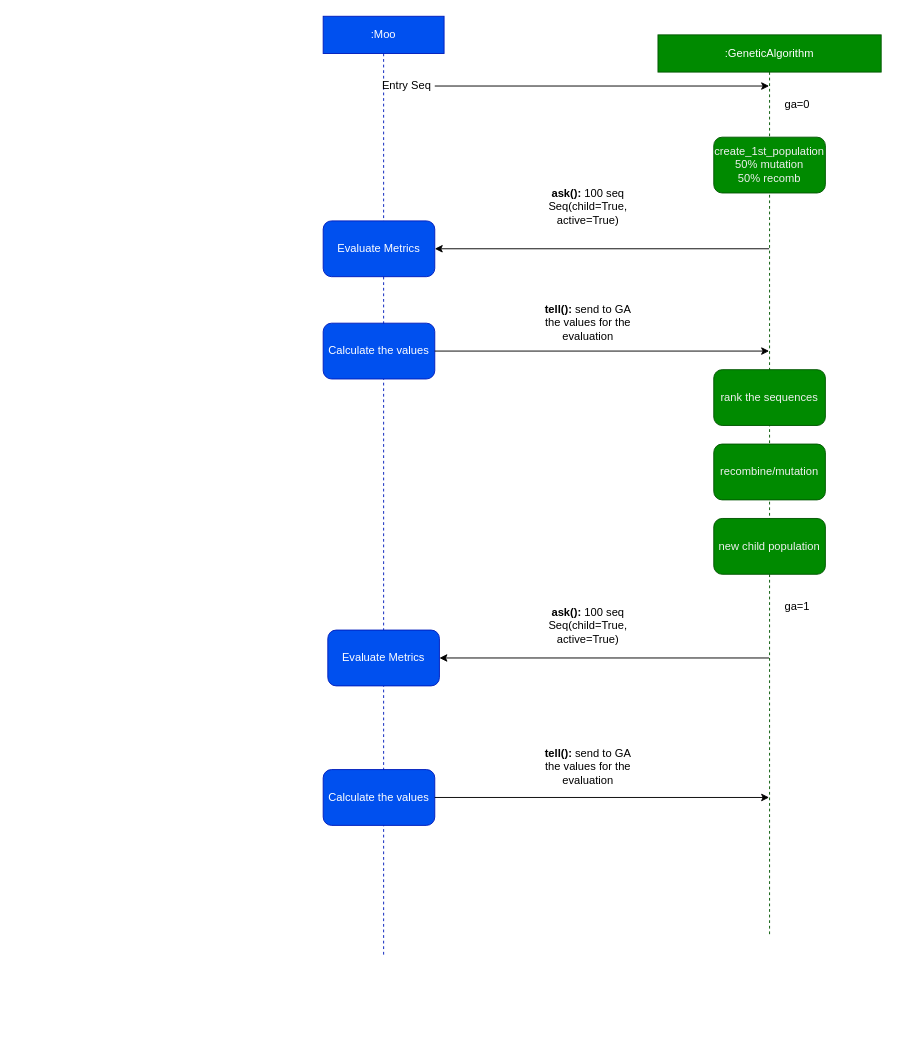
AlbertCS/multiObjectiveOptimizationDesign keeps this draw.io diagram as docs/algorithm_flow.dio. Above is the earlier version. Source tidied: cells renumbered, new cells numbered last; positions are measured from the earlier drawing's top-left corner, leaving out a move shared by most shapes. Both pictures are drawn from the tidied source at 93%, with x=0, y=0 at pixel (323, 16).
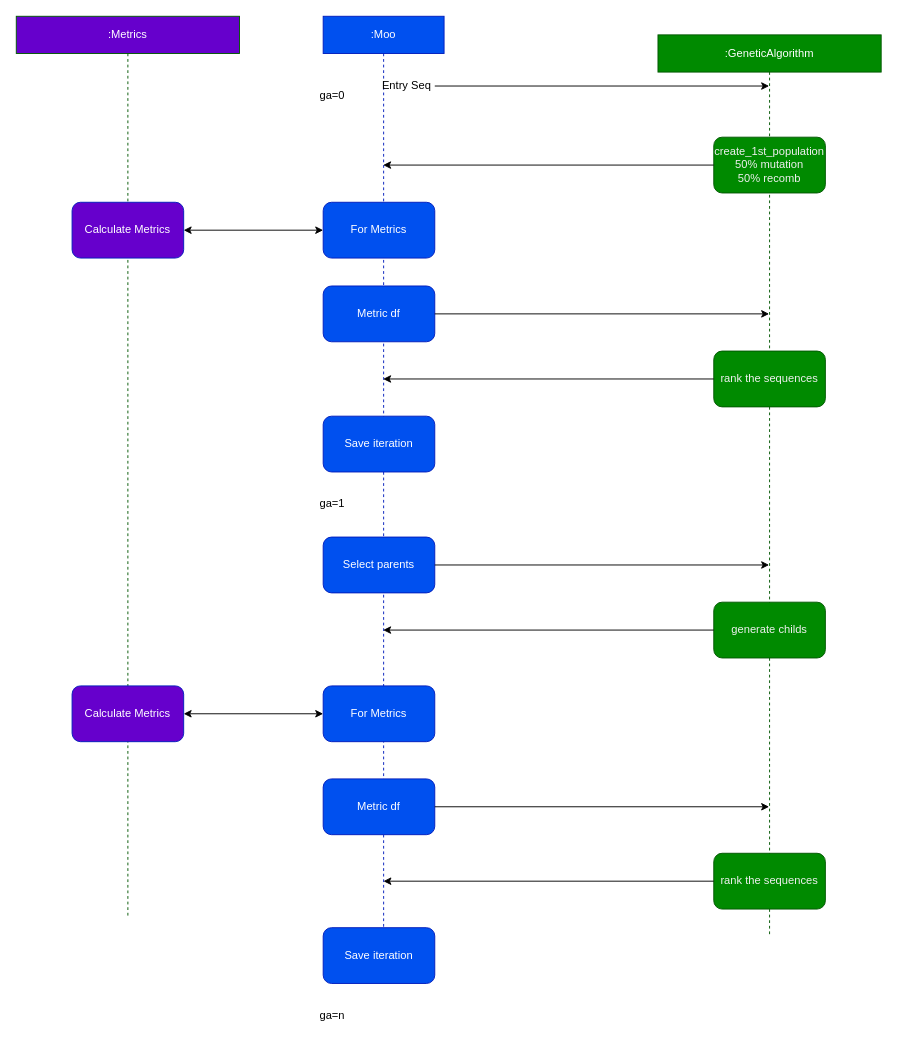
Above is the later version.

The change refers to these unchanged cells:
```xml
<mxCell id="2" value=":GeneticAlgorithm" style="shape=umlLifeline;perimeter=lifelinePerimeter;whiteSpace=wrap;html=1;outlineConnect=0;fillColor=#008a00;fontColor=#ffffff;strokeColor=#005700;" parent="1" vertex="1">
  <mxGeometry x="360" y="20" width="240" height="970" as="geometry" />
</mxCell>
<mxCell id="4" value="&lt;span style=&quot;color: rgb(240, 240, 240); font-family: Helvetica; font-size: 12px; font-style: normal; font-variant-ligatures: normal; font-variant-caps: normal; font-weight: 400; letter-spacing: normal; orphans: 2; text-align: center; text-indent: 0px; text-transform: none; widows: 2; word-spacing: 0px; -webkit-text-stroke-width: 0px; text-decoration-thickness: initial; text-decoration-style: initial; text-decoration-color: initial; float: none; display: inline !important;&quot;&gt;create_1st_population&lt;/span&gt;&lt;br style=&quot;border-color: rgb(0, 0, 0); color: rgb(240, 240, 240); font-family: Helvetica; font-size: 12px; font-style: normal; font-variant-ligatures: normal; font-variant-caps: normal; font-weight: 400; letter-spacing: normal; orphans: 2; text-align: center; text-indent: 0px; text-transform: none; widows: 2; word-spacing: 0px; -webkit-text-stroke-width: 0px; text-decoration-thickness: initial; text-decoration-style: initial; text-decoration-color: initial;&quot;&gt;&lt;span style=&quot;color: rgb(240, 240, 240); font-family: Helvetica; font-size: 12px; font-style: normal; font-variant-ligatures: normal; font-variant-caps: normal; font-weight: 400; letter-spacing: normal; orphans: 2; text-align: center; text-indent: 0px; text-transform: none; widows: 2; word-spacing: 0px; -webkit-text-stroke-width: 0px; text-decoration-thickness: initial; text-decoration-style: initial; text-decoration-color: initial; float: none; display: inline !important;&quot;&gt;50% mutation&lt;/span&gt;&lt;br style=&quot;border-color: rgb(0, 0, 0); color: rgb(240, 240, 240); font-family: Helvetica; font-size: 12px; font-style: normal; font-variant-ligatures: normal; font-variant-caps: normal; font-weight: 400; letter-spacing: normal; orphans: 2; text-align: center; text-indent: 0px; text-transform: none; widows: 2; word-spacing: 0px; -webkit-text-stroke-width: 0px; text-decoration-thickness: initial; text-decoration-style: initial; text-decoration-color: initial;&quot;&gt;&lt;span style=&quot;color: rgb(240, 240, 240); font-family: Helvetica; font-size: 12px; font-style: normal; font-variant-ligatures: normal; font-variant-caps: normal; font-weight: 400; letter-spacing: normal; orphans: 2; text-align: center; text-indent: 0px; text-transform: none; widows: 2; word-spacing: 0px; -webkit-text-stroke-width: 0px; text-decoration-thickness: initial; text-decoration-style: initial; text-decoration-color: initial; float: none; display: inline !important;&quot;&gt;50% recomb&lt;/span&gt;" style="rounded=1;whiteSpace=wrap;html=1;fillColor=#008a00;fontColor=#ffffff;strokeColor=#005700;" parent="2" vertex="1">
  <mxGeometry x="60" y="110" width="120" height="60" as="geometry" />
</mxCell>
<mxCell id="9" value=":Moo" style="shape=umlLifeline;perimeter=lifelinePerimeter;whiteSpace=wrap;html=1;outlineConnect=0;fillColor=#0050ef;fontColor=#ffffff;strokeColor=#001DBC;" parent="1" vertex="1">
  <mxGeometry width="130" height="1010" as="geometry" />
</mxCell>
```

Diff of the diagram source:
```diff
@@
-    <mxCell id="3" value="ga=0&lt;br&gt;" style="text;html=1;strokeColor=none;fillColor=none;align=center;verticalAlign=middle;whiteSpace=wrap;rounded=0;" parent="2" vertex="1">
-      <mxGeometry x="120" y="60" width="60" height="30" as="geometry" />
-    </mxCell>
@@
     <mxCell id="5" value="&lt;span style=&quot;color: rgb(240, 240, 240); font-family: Helvetica; font-size: 12px; font-style: normal; font-variant-ligatures: normal; font-variant-caps: normal; font-weight: 400; letter-spacing: normal; orphans: 2; text-align: center; text-indent: 0px; text-transform: none; widows: 2; word-spacing: 0px; -webkit-text-stroke-width: 0px; text-decoration-thickness: initial; text-decoration-style: initial; text-decoration-color: initial; float: none; display: inline !important;&quot;&gt;rank the sequences&lt;/span&gt;" style="rounded=1;whiteSpace=wrap;html=1;fillColor=#008a00;fontColor=#ffffff;strokeColor=#005700;" parent="2" vertex="1">
-      <mxGeometry x="60" y="360" width="120" height="60" as="geometry" />
+      <mxGeometry x="60" y="340" width="120" height="60" as="geometry" />
     </mxCell>
-    <mxCell id="6" value="&lt;span style=&quot;color: rgb(240, 240, 240); font-family: Helvetica; font-size: 12px; font-style: normal; font-variant-ligatures: normal; font-variant-caps: normal; font-weight: 400; letter-spacing: normal; orphans: 2; text-align: center; text-indent: 0px; text-transform: none; widows: 2; word-spacing: 0px; -webkit-text-stroke-width: 0px; text-decoration-thickness: initial; text-decoration-style: initial; text-decoration-color: initial; float: none; display: inline !important;&quot;&gt;recombine/mutation&lt;/span&gt;" style="rounded=1;whiteSpace=wrap;html=1;fillColor=#008a00;fontColor=#ffffff;strokeColor=#005700;" parent="2" vertex="1">
-      <mxGeometry x="60" y="440" width="120" height="60" as="geometry" />
-    </mxCell>
-    <mxCell id="7" value="&lt;span style=&quot;color: rgb(240, 240, 240); font-family: Helvetica; font-size: 12px; font-style: normal; font-variant-ligatures: normal; font-variant-caps: normal; font-weight: 400; letter-spacing: normal; orphans: 2; text-align: center; text-indent: 0px; text-transform: none; widows: 2; word-spacing: 0px; -webkit-text-stroke-width: 0px; text-decoration-thickness: initial; text-decoration-style: initial; text-decoration-color: initial; float: none; display: inline !important;&quot;&gt;new child population&lt;/span&gt;" style="rounded=1;whiteSpace=wrap;html=1;fillColor=#008a00;fontColor=#ffffff;strokeColor=#005700;" parent="2" vertex="1">
-      <mxGeometry x="60" y="520" width="120" height="60" as="geometry" />
-    </mxCell>
-    <mxCell id="8" value="ga=1" style="text;html=1;strokeColor=none;fillColor=none;align=center;verticalAlign=middle;whiteSpace=wrap;rounded=0;" parent="2" vertex="1">
-      <mxGeometry x="120" y="600" width="60" height="30" as="geometry" />
-    </mxCell>
+    <mxCell id="24" value="&lt;span style=&quot;color: rgb(240, 240, 240); font-family: Helvetica; font-size: 12px; font-style: normal; font-variant-ligatures: normal; font-variant-caps: normal; font-weight: 400; letter-spacing: normal; orphans: 2; text-align: center; text-indent: 0px; text-transform: none; widows: 2; word-spacing: 0px; -webkit-text-stroke-width: 0px; text-decoration-thickness: initial; text-decoration-style: initial; text-decoration-color: initial; float: none; display: inline !important;&quot;&gt;generate childs&lt;br&gt;&lt;/span&gt;" style="rounded=1;whiteSpace=wrap;html=1;fillColor=#008a00;fontColor=#ffffff;strokeColor=#005700;" parent="2" vertex="1">
+      <mxGeometry x="60" y="610" width="120" height="60" as="geometry" />
+    </mxCell>
+    <mxCell id="25" value="&lt;span style=&quot;color: rgb(240, 240, 240); font-family: Helvetica; font-size: 12px; font-style: normal; font-variant-ligatures: normal; font-variant-caps: normal; font-weight: 400; letter-spacing: normal; orphans: 2; text-align: center; text-indent: 0px; text-transform: none; widows: 2; word-spacing: 0px; -webkit-text-stroke-width: 0px; text-decoration-thickness: initial; text-decoration-style: initial; text-decoration-color: initial; float: none; display: inline !important;&quot;&gt;rank the sequences&lt;/span&gt;" style="rounded=1;whiteSpace=wrap;html=1;fillColor=#008a00;fontColor=#ffffff;strokeColor=#005700;" parent="2" vertex="1">
+      <mxGeometry x="60" y="880" width="120" height="60" as="geometry" />
+    </mxCell>
+    <mxCell id="26" style="endArrow=classic;html=1;" parent="2" edge="1" source="25">
+      <mxGeometry relative="1" as="geometry">
+        <mxPoint x="-295.2" y="910" as="targetPoint" />
+      </mxGeometry>
+    </mxCell>
@@
-    <mxCell id="11" value="Evaluate Metrics" style="rounded=1;whiteSpace=wrap;html=1;fillColor=#0050ef;fontColor=#ffffff;strokeColor=#001DBC;" parent="9" vertex="1">
-      <mxGeometry y="220" width="120" height="60" as="geometry" />
+    <mxCell id="11" value="For Metrics" style="rounded=1;whiteSpace=wrap;html=1;fillColor=#0050ef;fontColor=#ffffff;strokeColor=#001DBC;" parent="9" vertex="1">
+      <mxGeometry y="200" width="120" height="60" as="geometry" />
     </mxCell>
-    <mxCell id="12" value="Calculate the values" style="rounded=1;whiteSpace=wrap;html=1;fillColor=#0050ef;fontColor=#ffffff;strokeColor=#001DBC;" parent="9" vertex="1">
-      <mxGeometry y="330" width="120" height="60" as="geometry" />
-    </mxCell>
-    <mxCell id="13" value="Evaluate Metrics" style="rounded=1;whiteSpace=wrap;html=1;fillColor=#0050ef;fontColor=#ffffff;strokeColor=#001DBC;" parent="9" vertex="1">
-      <mxGeometry x="5" y="660" width="120" height="60" as="geometry" />
-    </mxCell>
-    <mxCell id="14" value="Calculate the values" style="rounded=1;whiteSpace=wrap;html=1;fillColor=#0050ef;fontColor=#ffffff;strokeColor=#001DBC;" parent="9" vertex="1">
-      <mxGeometry y="810" width="120" height="60" as="geometry" />
-    </mxCell>
+    <mxCell id="27" value="Select parents" style="rounded=1;whiteSpace=wrap;html=1;fillColor=#0050ef;fontColor=#ffffff;strokeColor=#001DBC;" parent="9" vertex="1">
+      <mxGeometry y="560" width="120" height="60" as="geometry" />
+    </mxCell>
+    <mxCell id="8" value="ga=1" style="text;html=1;strokeColor=none;fillColor=none;align=center;verticalAlign=middle;whiteSpace=wrap;rounded=0;" parent="9" vertex="1">
+      <mxGeometry x="-20" y="509" width="60" height="30" as="geometry" />
+    </mxCell>
+    <mxCell id="3" value="ga=0&lt;br&gt;" style="text;html=1;strokeColor=none;fillColor=none;align=center;verticalAlign=middle;whiteSpace=wrap;rounded=0;" parent="9" vertex="1">
+      <mxGeometry x="-20" y="70" width="60" height="30" as="geometry" />
+    </mxCell>
+    <mxCell id="28" value="Save iteration" style="rounded=1;whiteSpace=wrap;html=1;fillColor=#0050ef;fontColor=#ffffff;strokeColor=#001DBC;" parent="9" vertex="1">
+      <mxGeometry y="430" width="120" height="60" as="geometry" />
+    </mxCell>
+    <mxCell id="29" value="For Metrics" style="rounded=1;whiteSpace=wrap;html=1;fillColor=#0050ef;fontColor=#ffffff;strokeColor=#001DBC;" parent="9" vertex="1">
+      <mxGeometry y="720" width="120" height="60" as="geometry" />
+    </mxCell>
+    <mxCell id="30" value="Metric df" style="rounded=1;whiteSpace=wrap;html=1;fillColor=#0050ef;fontColor=#ffffff;strokeColor=#001DBC;" parent="9" vertex="1">
+      <mxGeometry y="290" width="120" height="60" as="geometry" />
+    </mxCell>
+    <mxCell id="31" value="Metric df" style="rounded=1;whiteSpace=wrap;html=1;fillColor=#0050ef;fontColor=#ffffff;strokeColor=#001DBC;" parent="9" vertex="1">
+      <mxGeometry y="820" width="120" height="60" as="geometry" />
+    </mxCell>
@@
-    <mxCell id="16" value="&lt;b&gt;ask():&amp;nbsp;&lt;/b&gt;100 seq&lt;br&gt;Seq(child=True, active=True)" style="text;html=1;strokeColor=none;fillColor=none;align=center;verticalAlign=middle;whiteSpace=wrap;rounded=0;" parent="1" vertex="1">
-      <mxGeometry x="230" y="180" width="110" height="50" as="geometry" />
-    </mxCell>
-    <mxCell id="17" style="edgeStyle=none;html=1;" parent="1" edge="1" source="12" target="2">
-      <mxGeometry relative="1" as="geometry" />
-    </mxCell>
-    <mxCell id="18" value="&lt;b&gt;tell():&lt;/b&gt;&amp;nbsp;send to GA the values for the evaluation" style="text;html=1;strokeColor=none;fillColor=none;align=center;verticalAlign=middle;whiteSpace=wrap;rounded=0;" parent="1" vertex="1">
-      <mxGeometry x="230" y="310" width="110" height="40" as="geometry" />
-    </mxCell>
-    <mxCell id="19" value="&lt;b&gt;ask():&amp;nbsp;&lt;/b&gt;100 seq&lt;br&gt;Seq(child=True, active=True)" style="text;html=1;strokeColor=none;fillColor=none;align=center;verticalAlign=middle;whiteSpace=wrap;rounded=0;" parent="1" vertex="1">
-      <mxGeometry x="230" y="630" width="110" height="50" as="geometry" />
-    </mxCell>
-    <mxCell id="20" style="endArrow=classic;html=1;entryX=1;entryY=0.5;entryDx=0;entryDy=0;" parent="1" edge="1" source="2" target="13">
-      <mxGeometry relative="1" as="geometry" />
-    </mxCell>
-    <mxCell id="21" style="endArrow=classic;html=1;entryX=1;entryY=0.5;entryDx=0;entryDy=0;" parent="1" edge="1" source="2" target="11">
-      <mxGeometry relative="1" as="geometry" />
-    </mxCell>
-    <mxCell id="22" value="&lt;b&gt;tell():&lt;/b&gt;&amp;nbsp;send to GA the values for the evaluation" style="text;html=1;strokeColor=none;fillColor=none;align=center;verticalAlign=middle;whiteSpace=wrap;rounded=0;" parent="1" vertex="1">
-      <mxGeometry x="230" y="787" width="110" height="40" as="geometry" />
-    </mxCell>
-    <mxCell id="23" style="endArrow=classic;html=1;exitX=1;exitY=0.5;exitDx=0;exitDy=0;" parent="1" edge="1" source="14" target="2">
-      <mxGeometry relative="1" as="geometry" />
-    </mxCell>
+    <mxCell id="32" value=":Metrics" style="shape=umlLifeline;perimeter=lifelinePerimeter;whiteSpace=wrap;html=1;fillColor=#6600CC;fontColor=#ffffff;strokeColor=#005700;" parent="1" vertex="1">
+      <mxGeometry x="-330" width="240" height="970" as="geometry" />
+    </mxCell>
+    <mxCell id="33" value="Calculate Metrics" style="rounded=1;whiteSpace=wrap;html=1;fillColor=#6600CC;fontColor=#ffffff;strokeColor=#001DBC;" parent="32" vertex="1">
+      <mxGeometry x="60" y="200" width="120" height="60" as="geometry" />
+    </mxCell>
+    <mxCell id="34" value="Calculate Metrics" style="rounded=1;whiteSpace=wrap;html=1;fillColor=#6600CC;fontColor=#ffffff;strokeColor=#001DBC;" parent="32" vertex="1">
+      <mxGeometry x="60" y="720" width="120" height="60" as="geometry" />
+    </mxCell>
+    <mxCell id="35" style="endArrow=classic;startArrow=classic;html=1;exitX=1;exitY=0.5;exitDx=0;exitDy=0;entryX=0;entryY=0.5;entryDx=0;entryDy=0;" parent="1" edge="1" source="33" target="11">
+      <mxGeometry relative="1" as="geometry" />
+    </mxCell>
+    <mxCell id="36" style="edgeStyle=none;html=1;" parent="1" edge="1" source="27" target="2">
+      <mxGeometry relative="1" as="geometry" />
+    </mxCell>
+    <mxCell id="37" style="edgeStyle=none;html=1;" parent="1" edge="1" source="24" target="9">
+      <mxGeometry relative="1" as="geometry" />
+    </mxCell>
+    <mxCell id="38" style="endArrow=classic;startArrow=classic;html=1;exitX=1;exitY=0.5;exitDx=0;exitDy=0;entryX=0;entryY=0.5;entryDx=0;entryDy=0;" parent="1" edge="1" source="34" target="29">
+      <mxGeometry relative="1" as="geometry" />
+    </mxCell>
+    <mxCell id="39" style="endArrow=classic;html=1;exitX=0;exitY=0.5;exitDx=0;exitDy=0;" parent="1" edge="1" source="4" target="9">
+      <mxGeometry relative="1" as="geometry" />
+    </mxCell>
+    <mxCell id="40" style="endArrow=classic;html=1;" parent="1" edge="1" source="5" target="9">
+      <mxGeometry relative="1" as="geometry" />
+    </mxCell>
+    <mxCell id="41" style="edgeStyle=none;html=1;" parent="1" edge="1" source="30" target="2">
+      <mxGeometry relative="1" as="geometry" />
+    </mxCell>
+    <mxCell id="42" style="edgeStyle=none;html=1;" parent="1" edge="1" source="31" target="2">
+      <mxGeometry relative="1" as="geometry" />
+    </mxCell>
+    <mxCell id="43" value="Save iteration" style="rounded=1;whiteSpace=wrap;html=1;fillColor=#0050ef;fontColor=#ffffff;strokeColor=#001DBC;" parent="1" vertex="1">
+      <mxGeometry y="980" width="120" height="60" as="geometry" />
+    </mxCell>
+    <mxCell id="44" value="ga=n" style="text;html=1;strokeColor=none;fillColor=none;align=center;verticalAlign=middle;whiteSpace=wrap;rounded=0;" parent="1" vertex="1">
+      <mxGeometry x="-20" y="1060" width="60" height="30" as="geometry" />
+    </mxCell>
```
